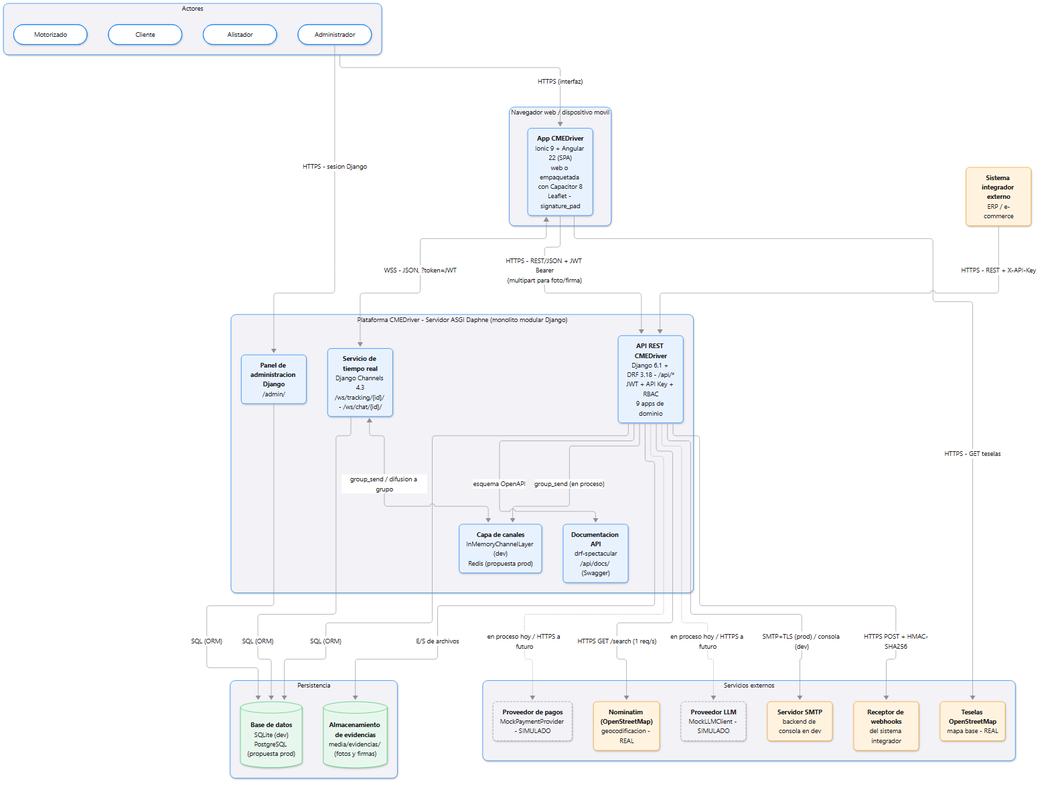
Above: docs/diagrams/img/arquitectura-general.png in javier5254/CEMDriver (Mermaid), before the change. Its source is kept beside it as docs/diagrams/src/arquitectura-general.mmd.
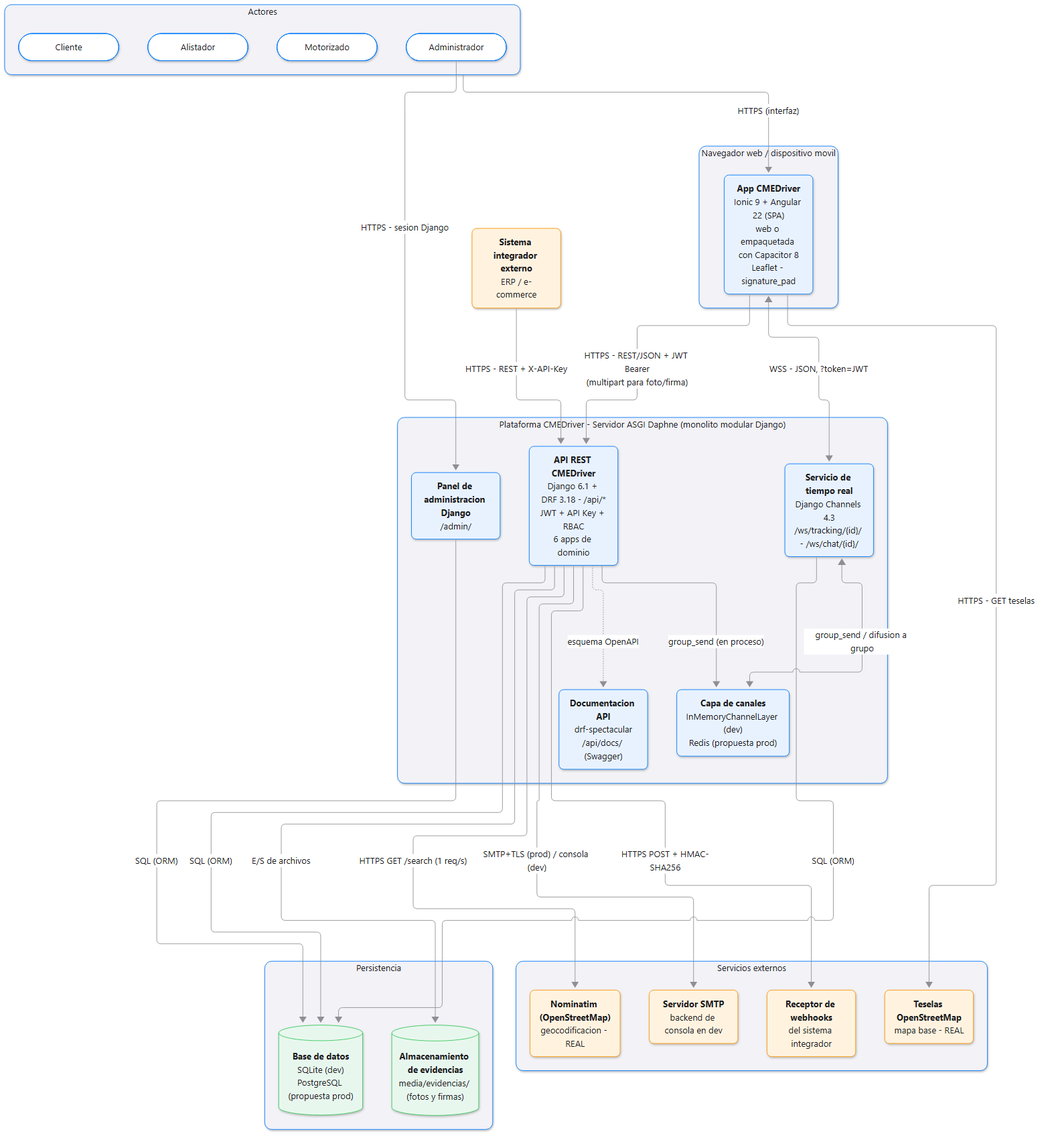
Later version of the same file.

Commit message:
Docs: stack y arquitectura sin inventario, pagos ni chatbot

The edit, as a diff of the source:
```diff
@@ -17,7 +17,7 @@
     subgraph Plataforma["Plataforma CMEDriver - Servidor ASGI Daphne (monolito modular Django)"]
         direction LR
         ADMINP["<b>Panel de administracion Django</b><br/>/admin/"]
-        API["<b>API REST CMEDriver</b><br/>Django 6.1 + DRF 3.18 - /api/*<br/>JWT + API Key + RBAC<br/>9 apps de dominio"]
+        API["<b>API REST CMEDriver</b><br/>Django 6.1 + DRF 3.18 - /api/*<br/>JWT + API Key + RBAC<br/>6 apps de dominio"]
         DOCS["<b>Documentacion API</b><br/>drf-spectacular<br/>/api/docs/ (Swagger)"]
         CL["<b>Capa de canales</b><br/>InMemoryChannelLayer (dev)<br/>Redis (propuesta prod)"]
         RT["<b>Servicio de tiempo real</b><br/>Django Channels 4.3<br/>/ws/tracking/{id}/ - /ws/chat/{id}/"]
@@ -35,8 +35,6 @@
         NOM["<b>Nominatim (OpenStreetMap)</b><br/>geocodificacion - REAL"]
         SMTP["<b>Servidor SMTP</b><br/>backend de consola en dev"]
         WH["<b>Receptor de webhooks</b><br/>del sistema integrador"]
-        PAY["<b>Proveedor de pagos</b><br/>MockPaymentProvider - SIMULADO"]
-        LLM["<b>Proveedor LLM</b><br/>MockLLMClient - SIMULADO"]
     end
 
     Actores -->|"HTTPS (interfaz)"| APP
@@ -59,14 +57,10 @@
     API -->|"HTTPS GET /search (1 req/s)"| NOM
     API -->|"SMTP+TLS (prod) / consola (dev)"| SMTP
     API -->|"HTTPS POST + HMAC-SHA256"| WH
-    API -.->|"en proceso hoy / HTTPS a futuro"| PAY
-    API -.->|"en proceso hoy / HTTPS a futuro"| LLM
 
     classDef ext fill:#FFF3E0,stroke:#FF9500,color:#1C1C1E;
-    classDef sim fill:#F2F2F7,stroke:#8E8E93,stroke-dasharray:5 3,color:#1C1C1E;
     classDef store fill:#E8F7EE,stroke:#34C759,color:#1C1C1E;
     classDef actor fill:#FFFFFF,stroke:#007AFF,color:#1C1C1E;
     class NOM,OSM,SMTP,INT,WH ext;
-    class PAY,LLM sim;
     class DB,MEDIA store;
     class ADM,ALI,MOT,CLI actor;
```
